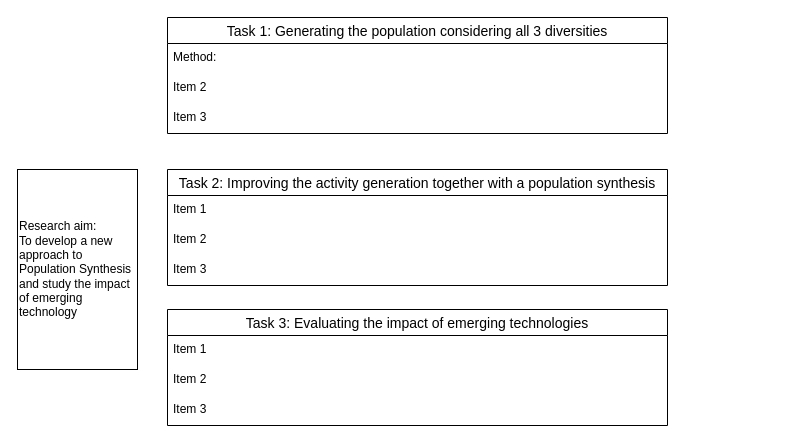
This is PopSynthesis/Methods/Progress_review.drawio from bobkatla/PopSyn_Monash, a draw.io file, before an edit. Source tidied: cells renumbered, new cells numbered last; positions are measured from the earlier drawing's top-left corner, leaving out a move shared by most shapes. Both pictures are drawn from the tidied source at 100%, with x=0, y=0 at pixel (17, 17).
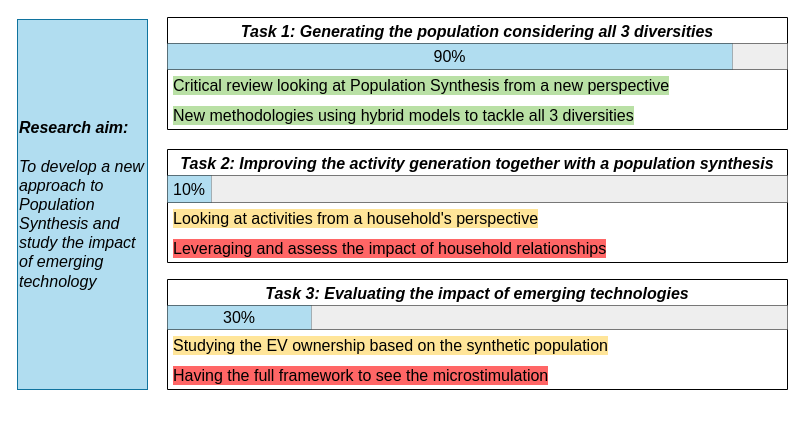
After the change.

What changed in the source:
```diff
@@
-    <mxCell id="2" value="Research aim:&lt;div&gt;To develop a new approach to Population Synthesis and study the impact of emerging technology&lt;/div&gt;" style="rounded=0;whiteSpace=wrap;html=1;align=left;" parent="1" vertex="1">
-      <mxGeometry y="152" width="120" height="200" as="geometry" />
+    <mxCell id="2" value="&lt;b&gt;&lt;i&gt;Research aim:&lt;/i&gt;&lt;/b&gt;&lt;div&gt;&lt;br&gt;&lt;div style=&quot;font-size: 16px;&quot;&gt;&lt;i&gt;To develop a new approach to Population Synthesis and study the impact of emerging technology&lt;/i&gt;&lt;/div&gt;&lt;/div&gt;" style="rounded=0;whiteSpace=wrap;html=1;align=left;fontSize=16;fillColor=#b1ddf0;strokeColor=#10739e;" parent="1" vertex="1">
+      <mxGeometry y="2" width="130" height="370" as="geometry" />
     </mxCell>
-    <mxCell id="3" value="Task 1: Generating the population considering all 3 diversities" style="swimlane;fontStyle=0;horizontal=1;startSize=26;align=center;fontSize=14;" parent="1" vertex="1">
-      <mxGeometry x="150" width="500" height="116" as="geometry" />
+    <mxCell id="3" value="Task 1: Generating the population considering all 3 diversities" style="swimlane;fontStyle=3;horizontal=1;startSize=26;align=center;fontSize=16;" parent="1" vertex="1">
+      <mxGeometry x="150" width="620" height="112" as="geometry" />
     </mxCell>
+    <mxCell id="15" style="shape=table;startSize=0;childLayout=tableLayout;fontSize=16;" parent="3" vertex="1">
+      <mxGeometry y="26" width="620" height="26" as="geometry" />
+    </mxCell>
+    <mxCell id="16" style="shape=tableRow;horizontal=0;startSize=0;swimlaneHead=0;swimlaneBody=0;strokeColor=inherit;top=0;left=0;bottom=0;right=0;fillColor=none;fontSize=16;" parent="15" vertex="1">
+      <mxGeometry width="620" height="26" as="geometry" />
+    </mxCell>
+    <mxCell id="17" value="90%" style="shape=partialRectangle;html=1;whiteSpace=wrap;strokeColor=#10739e;overflow=hidden;fillColor=#b1ddf0;top=0;left=0;bottom=0;right=0;fontSize=16;" parent="16" vertex="1">
+      <mxGeometry width="565" height="26" as="geometry" />
+    </mxCell>
+    <mxCell id="18" style="shape=partialRectangle;html=1;whiteSpace=wrap;overflow=hidden;fillColor=#eeeeee;top=0;left=0;bottom=0;right=0;fontSize=16;strokeColor=#36393d;" parent="16" vertex="1">
+      <mxGeometry x="565" width="55" height="26" as="geometry" />
+    </mxCell>
-    <mxCell id="4" value="Method:&amp;nbsp;" style="text;strokeColor=none;fillColor=none;spacingLeft=4;spacingRight=4;overflow=hidden;fontSize=12;whiteSpace=wrap;html=1;" parent="3" vertex="1">
-      <mxGeometry y="26" width="500" height="30" as="geometry" />
+    <mxCell id="4" value="Critical review looking at Population Synthesis from a new perspective" style="text;strokeColor=none;fillColor=none;spacingLeft=4;spacingRight=4;overflow=hidden;fontSize=16;whiteSpace=wrap;html=1;labelBackgroundColor=#B9E0A5;textShadow=0;labelBorderColor=none;" parent="3" vertex="1">
+      <mxGeometry y="52" width="620" height="30" as="geometry" />
     </mxCell>
-    <mxCell id="5" value="Item 2" style="text;strokeColor=none;fillColor=none;spacingLeft=4;spacingRight=4;overflow=hidden;fontSize=12;whiteSpace=wrap;html=1;" parent="3" vertex="1">
-      <mxGeometry y="56" width="500" height="30" as="geometry" />
+    <mxCell id="5" value="New methodologies using hybrid models to tackle all 3 diversities" style="text;strokeColor=none;fillColor=none;spacingLeft=4;spacingRight=4;overflow=hidden;fontSize=16;whiteSpace=wrap;html=1;labelBackgroundColor=#B9E0A5;textShadow=0;labelBorderColor=none;" parent="3" vertex="1">
+      <mxGeometry y="82" width="620" height="30" as="geometry" />
     </mxCell>
-    <mxCell id="6" value="Item 3" style="text;strokeColor=none;fillColor=none;spacingLeft=4;spacingRight=4;overflow=hidden;fontSize=12;whiteSpace=wrap;html=1;" parent="3" vertex="1">
-      <mxGeometry y="86" width="500" height="30" as="geometry" />
-    </mxCell>
-    <mxCell id="7" value="Task 2: Improving the activity generation together with a population synthesis" style="swimlane;fontStyle=0;horizontal=1;startSize=26;align=center;fontSize=14;" parent="1" vertex="1">
-      <mxGeometry x="150" y="152" width="500" height="116" as="geometry" />
+    <mxCell id="7" value="Task 2: Improving the activity generation together with a population synthesis" style="swimlane;fontStyle=3;horizontal=1;startSize=26;align=center;fontSize=16;" parent="1" vertex="1">
+      <mxGeometry x="150" y="132" width="620" height="113" as="geometry" />
     </mxCell>
+    <mxCell id="19" style="shape=table;startSize=0;childLayout=tableLayout;fontSize=16;" parent="7" vertex="1">
+      <mxGeometry y="26" width="620" height="27" as="geometry" />
+    </mxCell>
+    <mxCell id="20" style="shape=tableRow;horizontal=0;startSize=0;swimlaneHead=0;swimlaneBody=0;strokeColor=inherit;top=0;left=0;bottom=0;right=0;fillColor=none;fontSize=16;" parent="19" vertex="1">
+      <mxGeometry width="620" height="27" as="geometry" />
+    </mxCell>
+    <mxCell id="21" value="10%" style="shape=partialRectangle;html=1;whiteSpace=wrap;strokeColor=#10739e;overflow=hidden;fillColor=#b1ddf0;top=0;left=0;bottom=0;right=0;fontSize=16;" parent="20" vertex="1">
+      <mxGeometry width="44" height="27" as="geometry" />
+    </mxCell>
+    <mxCell id="22" style="shape=partialRectangle;html=1;whiteSpace=wrap;strokeColor=#36393d;overflow=hidden;fillColor=#eeeeee;top=0;left=0;bottom=0;right=0;fontSize=16;" parent="20" vertex="1">
+      <mxGeometry x="44" width="576" height="27" as="geometry" />
+    </mxCell>
-    <mxCell id="8" value="Item 1" style="text;strokeColor=none;fillColor=none;spacingLeft=4;spacingRight=4;overflow=hidden;fontSize=12;whiteSpace=wrap;html=1;" parent="7" vertex="1">
-      <mxGeometry y="26" width="500" height="30" as="geometry" />
+    <mxCell id="8" value="&lt;font face=&quot;Helvetica&quot; style=&quot;font-size: 16px;&quot;&gt;Looking at activities from a household's perspective&lt;/font&gt;" style="text;strokeColor=none;fillColor=none;spacingLeft=4;spacingRight=4;overflow=hidden;fontSize=16;whiteSpace=wrap;html=1;labelBackgroundColor=#FFE599;" parent="7" vertex="1">
+      <mxGeometry y="53" width="620" height="30" as="geometry" />
     </mxCell>
-    <mxCell id="9" value="Item 2" style="text;strokeColor=none;fillColor=none;spacingLeft=4;spacingRight=4;overflow=hidden;fontSize=12;whiteSpace=wrap;html=1;" parent="7" vertex="1">
-      <mxGeometry y="56" width="500" height="30" as="geometry" />
+    <mxCell id="9" value="Leveraging and assess the impact of household relationships" style="text;strokeColor=none;fillColor=none;spacingLeft=4;spacingRight=4;overflow=hidden;fontSize=16;whiteSpace=wrap;html=1;labelBackgroundColor=#FF6666;" parent="7" vertex="1">
+      <mxGeometry y="83" width="620" height="30" as="geometry" />
     </mxCell>
-    <mxCell id="10" value="Item 3" style="text;strokeColor=none;fillColor=none;spacingLeft=4;spacingRight=4;overflow=hidden;fontSize=12;whiteSpace=wrap;html=1;" parent="7" vertex="1">
-      <mxGeometry y="86" width="500" height="30" as="geometry" />
-    </mxCell>
-    <mxCell id="11" value="Task 3: Evaluating the impact of emerging technologies" style="swimlane;fontStyle=0;horizontal=1;startSize=26;align=center;fontSize=14;" parent="1" vertex="1">
-      <mxGeometry x="150" y="292" width="500" height="116" as="geometry" />
+    <mxCell id="11" value="Task 3: Evaluating the impact of emerging technologies" style="swimlane;fontStyle=3;horizontal=1;startSize=26;align=center;fontSize=16;" parent="1" vertex="1">
+      <mxGeometry x="150" y="262" width="620" height="110" as="geometry" />
     </mxCell>
+    <mxCell id="23" style="shape=table;startSize=0;childLayout=tableLayout;fontSize=16;" parent="11" vertex="1">
+      <mxGeometry y="26" width="620" height="24" as="geometry" />
+    </mxCell>
+    <mxCell id="24" style="shape=tableRow;horizontal=0;startSize=0;swimlaneHead=0;swimlaneBody=0;strokeColor=inherit;top=0;left=0;bottom=0;right=0;fillColor=none;fontSize=16;" parent="23" vertex="1">
+      <mxGeometry width="620" height="24" as="geometry" />
+    </mxCell>
+    <mxCell id="25" value="&lt;font style=&quot;font-size: 16px;&quot; face=&quot;Helvetica&quot;&gt;30%&lt;/font&gt;" style="shape=partialRectangle;html=1;whiteSpace=wrap;strokeColor=#10739e;overflow=hidden;fillColor=#b1ddf0;top=0;left=0;bottom=0;right=0;fontSize=16;" parent="24" vertex="1">
+      <mxGeometry width="144" height="24" as="geometry" />
+    </mxCell>
+    <mxCell id="26" style="shape=partialRectangle;html=1;whiteSpace=wrap;strokeColor=#36393d;overflow=hidden;fillColor=#eeeeee;top=0;left=0;bottom=0;right=0;fontSize=16;" parent="24" vertex="1">
+      <mxGeometry x="144" width="476" height="24" as="geometry" />
+    </mxCell>
-    <mxCell id="12" value="Item 1" style="text;strokeColor=none;fillColor=none;spacingLeft=4;spacingRight=4;overflow=hidden;fontSize=12;whiteSpace=wrap;html=1;" parent="11" vertex="1">
-      <mxGeometry y="26" width="500" height="30" as="geometry" />
+    <mxCell id="12" value="Studying the EV ownership based on the synthetic population" style="text;strokeColor=none;fillColor=none;spacingLeft=4;spacingRight=4;overflow=hidden;fontSize=16;whiteSpace=wrap;html=1;labelBackgroundColor=#FFE599;" parent="11" vertex="1">
+      <mxGeometry y="50" width="620" height="30" as="geometry" />
     </mxCell>
-    <mxCell id="13" value="Item 2" style="text;strokeColor=none;fillColor=none;spacingLeft=4;spacingRight=4;overflow=hidden;fontSize=12;whiteSpace=wrap;html=1;" parent="11" vertex="1">
-      <mxGeometry y="56" width="500" height="30" as="geometry" />
+    <mxCell id="13" value="Having the full framework to see the microstimulation" style="text;strokeColor=none;fillColor=none;spacingLeft=4;spacingRight=4;overflow=hidden;fontSize=16;whiteSpace=wrap;html=1;labelBackgroundColor=#FF6666;" parent="11" vertex="1">
+      <mxGeometry y="80" width="620" height="30" as="geometry" />
     </mxCell>
-    <mxCell id="14" value="Item 3" style="text;strokeColor=none;fillColor=none;spacingLeft=4;spacingRight=4;overflow=hidden;fontSize=12;whiteSpace=wrap;html=1;" parent="11" vertex="1">
-      <mxGeometry y="86" width="500" height="30" as="geometry" />
-    </mxCell>
```
